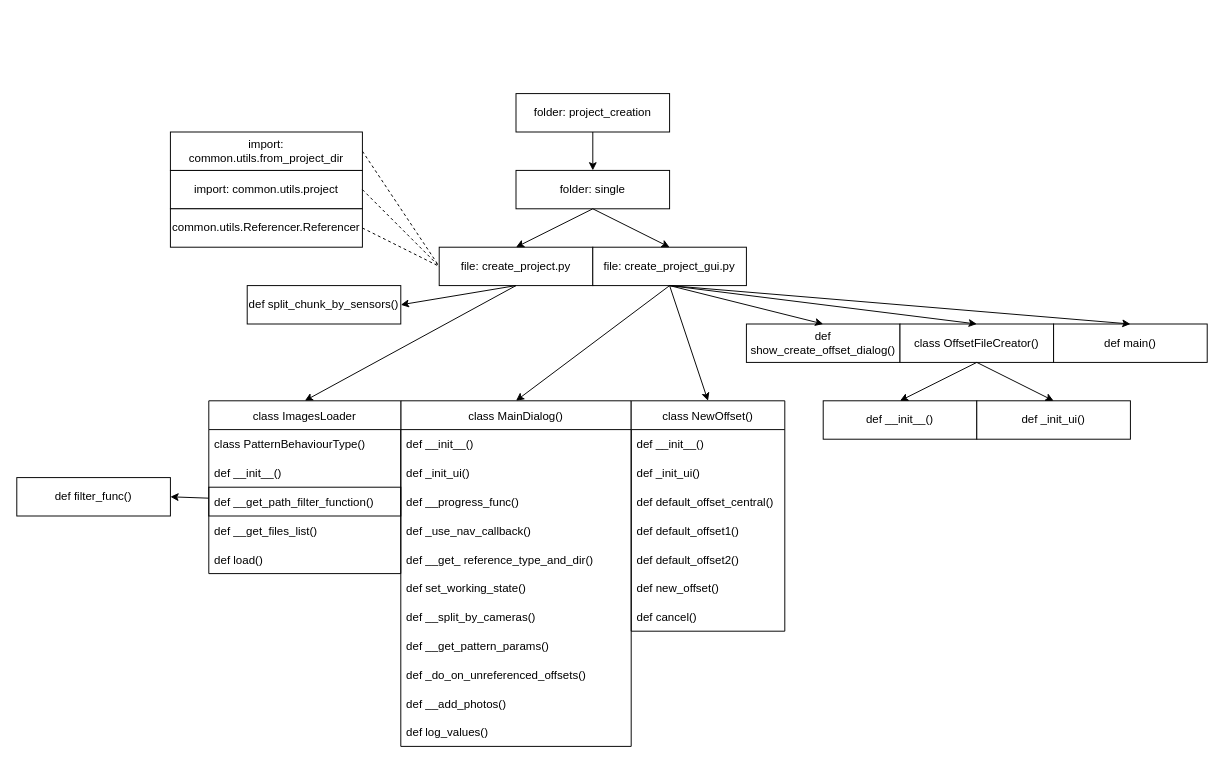
Earlier version of the draw.io diagram CreateProjectFromDir.drawio (go-enov/diagrams). Source tidied: cells renumbered, new cells numbered last; positions are measured from the earlier drawing's top-left corner, leaving out a move shared by most shapes. Both pictures are drawn from the tidied source at 96%, with x=0, y=0 at pixel (16, 93).
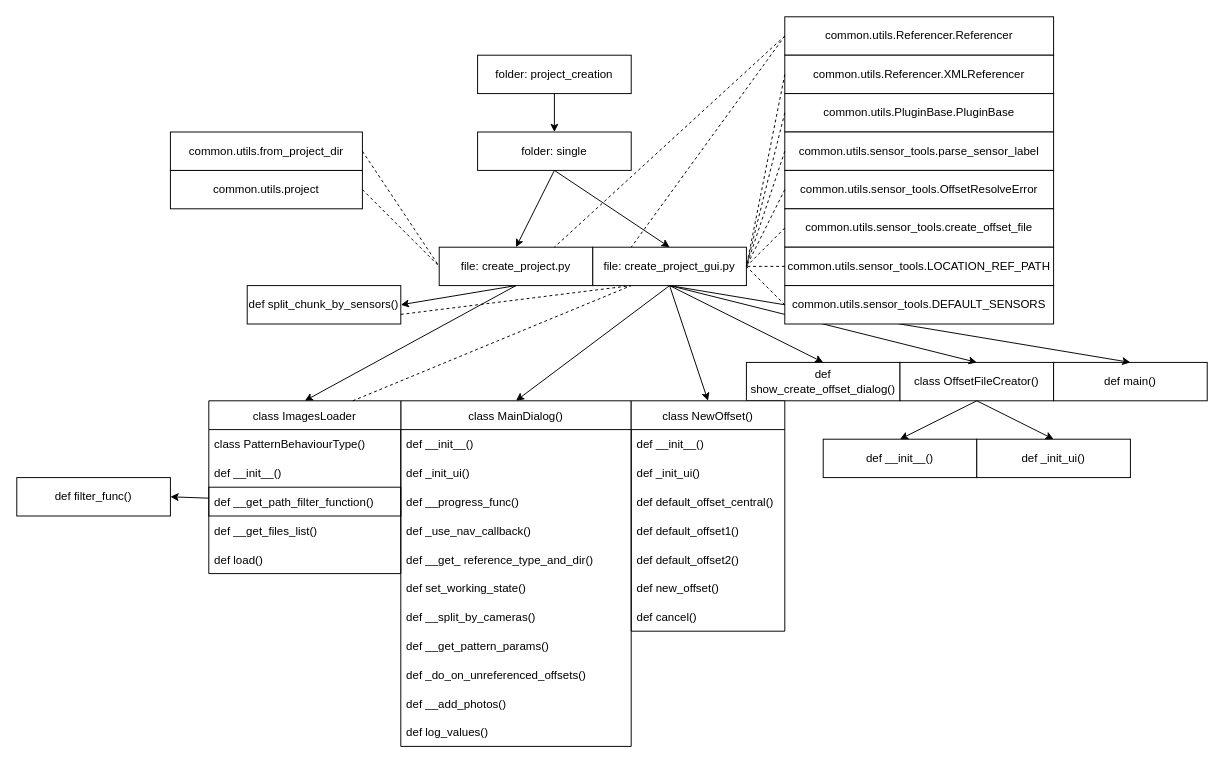
Above is the later version.

Commit message:
file: create_project_gui.py: import list tree

Unchanged cells that the change refers to:
```xml
<mxCell id="5" value="file: create_project.py" style="rounded=0;whiteSpace=wrap;html=1;" parent="1" vertex="1">
  <mxGeometry x="440" y="160" width="160" height="40" as="geometry" />
</mxCell>
<mxCell id="7" value="file: create_project_gui.py" style="rounded=0;whiteSpace=wrap;html=1;" parent="1" vertex="1">
  <mxGeometry x="600" y="160" width="160" height="40" as="geometry" />
</mxCell>
<mxCell id="10" value="def split_chunk_by_sensors()" style="rounded=0;whiteSpace=wrap;html=1;" parent="1" vertex="1">
  <mxGeometry x="240" y="200" width="160" height="40" as="geometry" />
</mxCell>
<mxCell id="46" value="class ImagesLoader" style="swimlane;fontStyle=0;horizontal=1;startSize=30;" parent="1" vertex="1">
  <mxGeometry x="200" y="320" width="200" height="180" as="geometry" />
</mxCell>
```

What changed in the source:
```diff
@@
     <mxCell id="2" value="folder: project_creation" style="rounded=0;whiteSpace=wrap;html=1;" parent="1" vertex="1">
-      <mxGeometry x="520" width="160" height="40" as="geometry" />
+      <mxGeometry x="480" y="-40" width="160" height="40" as="geometry" />
     </mxCell>
     <mxCell id="3" value="folder: single" style="rounded=0;whiteSpace=wrap;html=1;" parent="1" vertex="1">
-      <mxGeometry x="520" y="80" width="160" height="40" as="geometry" />
+      <mxGeometry x="480" y="40" width="160" height="40" as="geometry" />
     </mxCell>
@@
     <mxCell id="14" value="def show_create_offset_dialog()" style="rounded=0;whiteSpace=wrap;html=1;" parent="1" vertex="1">
-      <mxGeometry x="760" y="240" width="160" height="40" as="geometry" />
+      <mxGeometry x="760" y="280" width="160" height="40" as="geometry" />
     </mxCell>
     <mxCell id="15" value="class OffsetFileCreator()" style="rounded=0;whiteSpace=wrap;html=1;" parent="1" vertex="1">
-      <mxGeometry x="920" y="240" width="160" height="40" as="geometry" />
+      <mxGeometry x="920" y="280" width="160" height="40" as="geometry" />
     </mxCell>
     <mxCell id="16" value="def main()" style="rounded=0;whiteSpace=wrap;html=1;" parent="1" vertex="1">
-      <mxGeometry x="1080" y="240" width="160" height="40" as="geometry" />
+      <mxGeometry x="1080" y="280" width="160" height="40" as="geometry" />
     </mxCell>
@@
     <mxCell id="22" value="def __init__()" style="rounded=0;whiteSpace=wrap;html=1;" parent="1" vertex="1">
-      <mxGeometry x="840" y="320" width="160" height="40" as="geometry" />
+      <mxGeometry x="840" y="360" width="160" height="40" as="geometry" />
     </mxCell>
     <mxCell id="23" value="def _init_ui()" style="rounded=0;whiteSpace=wrap;html=1;" parent="1" vertex="1">
-      <mxGeometry x="1000" y="320" width="160" height="40" as="geometry" />
+      <mxGeometry x="1000" y="360" width="160" height="40" as="geometry" />
     </mxCell>
@@
-    <mxCell id="52" value="import: common.utils.project" style="rounded=0;whiteSpace=wrap;html=1;" parent="1" vertex="1">
+    <mxCell id="52" value="common.utils.project" style="rounded=0;whiteSpace=wrap;html=1;" parent="1" vertex="1">
       <mxGeometry x="160" y="80" width="200" height="40" as="geometry" />
     </mxCell>
-    <mxCell id="53" value="import: common.utils.from_project_dir" style="rounded=0;whiteSpace=wrap;html=1;" parent="1" vertex="1">
+    <mxCell id="53" value="common.utils.from_project_dir" style="rounded=0;whiteSpace=wrap;html=1;" parent="1" vertex="1">
       <mxGeometry x="160" y="40" width="200" height="40" as="geometry" />
     </mxCell>
     <mxCell id="54" value="common.utils.Referencer.Referencer" style="rounded=0;whiteSpace=wrap;html=1;" parent="1" vertex="1">
-      <mxGeometry x="160" y="120" width="200" height="40" as="geometry" />
+      <mxGeometry x="800" y="-80" width="280" height="40" as="geometry" />
     </mxCell>
@@
-    <mxCell id="57" style="endArrow=none;dashed=1;html=1;rounded=0;entryX=0;entryY=0.5;entryDx=0;entryDy=0;exitX=1;exitY=0.5;exitDx=0;exitDy=0;" parent="1" edge="1" source="54" target="5">
+    <mxCell id="57" style="endArrow=none;dashed=1;html=1;rounded=0;entryX=0.75;entryY=0;entryDx=0;entryDy=0;exitX=0;exitY=0.5;exitDx=0;exitDy=0;" parent="1" edge="1" source="54" target="5">
       <mxGeometry relative="1" as="geometry" />
     </mxCell>
+    <mxCell id="58" value="&lt;div&gt;common.utils.Referencer.XMLReferencer&lt;/div&gt;" style="rounded=0;whiteSpace=wrap;html=1;" parent="1" vertex="1">
+      <mxGeometry x="800" y="-40" width="280" height="40" as="geometry" />
+    </mxCell>
+    <mxCell id="59" style="endArrow=none;dashed=1;html=1;rounded=0;entryX=0.25;entryY=0;entryDx=0;entryDy=0;exitX=0;exitY=0.5;exitDx=0;exitDy=0;" parent="1" edge="1" source="54" target="7">
+      <mxGeometry relative="1" as="geometry" />
+    </mxCell>
+    <mxCell id="60" value="&lt;div&gt;common.utils.PluginBase.PluginBase&lt;/div&gt;" style="rounded=0;whiteSpace=wrap;html=1;" parent="1" vertex="1">
+      <mxGeometry x="800" width="280" height="40" as="geometry" />
+    </mxCell>
+    <mxCell id="61" style="endArrow=none;dashed=1;html=1;rounded=0;entryX=1;entryY=0.5;entryDx=0;entryDy=0;exitX=0;exitY=0.5;exitDx=0;exitDy=0;" parent="1" edge="1" source="58" target="7">
+      <mxGeometry relative="1" as="geometry" />
+    </mxCell>
+    <mxCell id="62" style="endArrow=none;dashed=1;html=1;rounded=0;entryX=1;entryY=0.5;entryDx=0;entryDy=0;exitX=0;exitY=0.5;exitDx=0;exitDy=0;" parent="1" edge="1" source="60" target="7">
+      <mxGeometry relative="1" as="geometry" />
+    </mxCell>
+    <mxCell id="63" value="common.utils.sensor_tools.parse_sensor_label" style="rounded=0;whiteSpace=wrap;html=1;" parent="1" vertex="1">
+      <mxGeometry x="800" y="40" width="280" height="40" as="geometry" />
+    </mxCell>
+    <mxCell id="64" value="common.utils.sensor_tools.OffsetResolveError" style="rounded=0;whiteSpace=wrap;html=1;" parent="1" vertex="1">
+      <mxGeometry x="800" y="80" width="280" height="40" as="geometry" />
+    </mxCell>
+    <mxCell id="65" value="common.utils.sensor_tools.create_offset_file" style="rounded=0;whiteSpace=wrap;html=1;" parent="1" vertex="1">
+      <mxGeometry x="800" y="120" width="280" height="40" as="geometry" />
+    </mxCell>
+    <mxCell id="66" value="common.utils.sensor_tools.LOCATION_REF_PATH" style="rounded=0;whiteSpace=wrap;html=1;" parent="1" vertex="1">
+      <mxGeometry x="800" y="160" width="280" height="40" as="geometry" />
+    </mxCell>
+    <mxCell id="67" value="common.utils.sensor_tools.DEFAULT_SENSORS" style="rounded=0;whiteSpace=wrap;html=1;" parent="1" vertex="1">
+      <mxGeometry x="800" y="200" width="280" height="40" as="geometry" />
+    </mxCell>
+    <mxCell id="68" style="endArrow=none;dashed=1;html=1;rounded=0;entryX=1;entryY=0.5;entryDx=0;entryDy=0;exitX=0;exitY=0.5;exitDx=0;exitDy=0;" parent="1" edge="1" source="63" target="7">
+      <mxGeometry relative="1" as="geometry" />
+    </mxCell>
+    <mxCell id="69" style="endArrow=none;dashed=1;html=1;rounded=0;entryX=1;entryY=0.5;entryDx=0;entryDy=0;exitX=0;exitY=0.5;exitDx=0;exitDy=0;" parent="1" edge="1" source="64" target="7">
+      <mxGeometry relative="1" as="geometry" />
+    </mxCell>
+    <mxCell id="70" style="endArrow=none;dashed=1;html=1;rounded=0;entryX=1;entryY=0.5;entryDx=0;entryDy=0;exitX=0;exitY=0.5;exitDx=0;exitDy=0;" parent="1" edge="1" source="65" target="7">
+      <mxGeometry relative="1" as="geometry" />
+    </mxCell>
+    <mxCell id="71" style="endArrow=none;dashed=1;html=1;rounded=0;entryX=1;entryY=0.5;entryDx=0;entryDy=0;exitX=0;exitY=0.5;exitDx=0;exitDy=0;" parent="1" edge="1" source="66" target="7">
+      <mxGeometry relative="1" as="geometry" />
+    </mxCell>
+    <mxCell id="72" style="endArrow=none;dashed=1;html=1;rounded=0;entryX=1;entryY=0.5;entryDx=0;entryDy=0;exitX=0;exitY=0.5;exitDx=0;exitDy=0;" parent="1" edge="1" source="67" target="7">
+      <mxGeometry relative="1" as="geometry" />
+    </mxCell>
+    <mxCell id="73" style="endArrow=none;dashed=1;html=1;rounded=0;entryX=0.25;entryY=1;entryDx=0;entryDy=0;exitX=0.75;exitY=0;exitDx=0;exitDy=0;" parent="1" edge="1" source="46" target="7">
+      <mxGeometry relative="1" as="geometry" />
+    </mxCell>
+    <mxCell id="74" style="endArrow=none;dashed=1;html=1;rounded=0;entryX=0.25;entryY=1;entryDx=0;entryDy=0;exitX=1;exitY=0.75;exitDx=0;exitDy=0;" parent="1" edge="1" source="10" target="7">
+      <mxGeometry relative="1" as="geometry" />
+    </mxCell>
```
